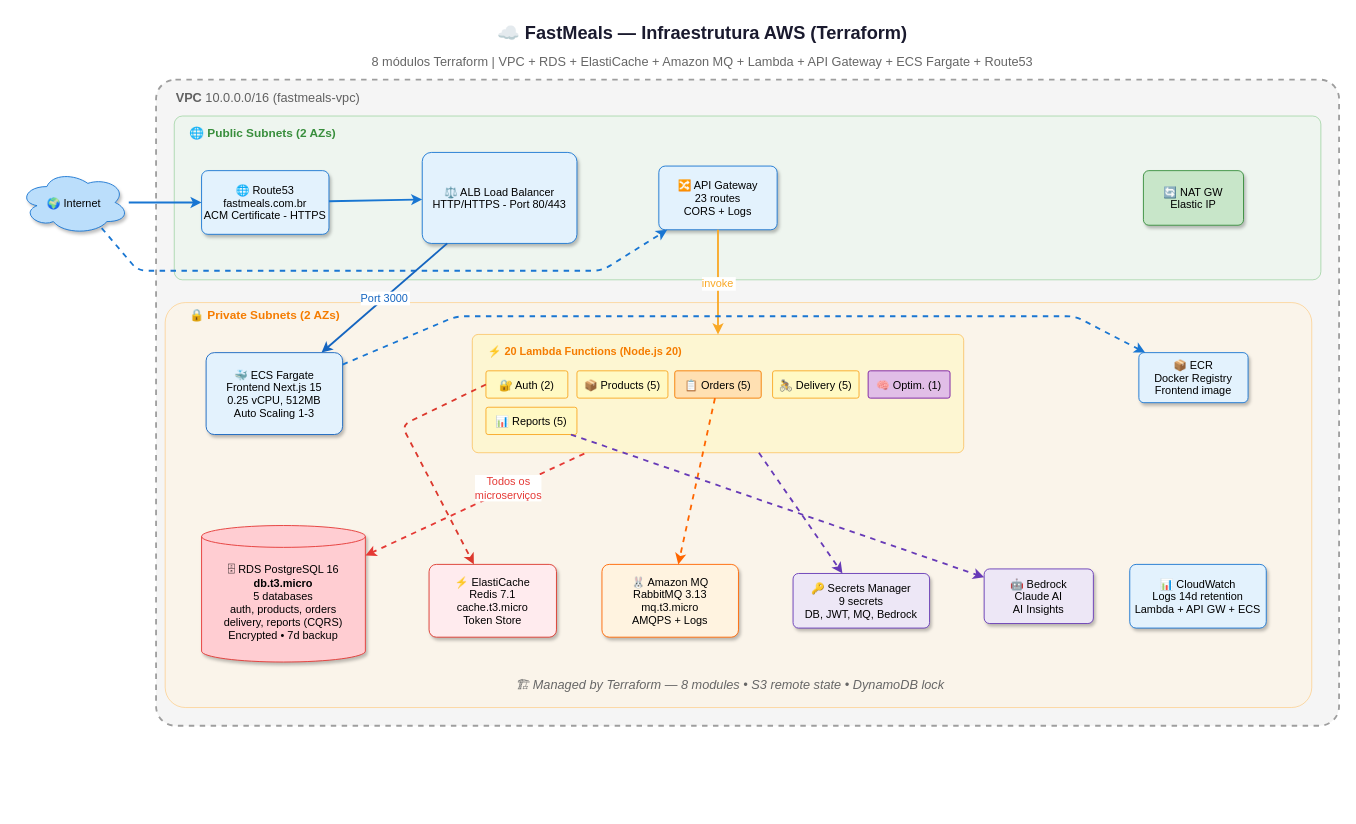
Earlier version of the draw.io diagram docs/diagrams/xml/06-aws-infrastructure.drawio (vynnydev/fastmeals). Source tidied: cells renumbered, new cells numbered last; positions are measured from the earlier drawing's top-left corner, leaving out a move shared by most shapes. Both pictures are drawn from the tidied source at 91%, with x=0, y=0 at pixel (19, 15).
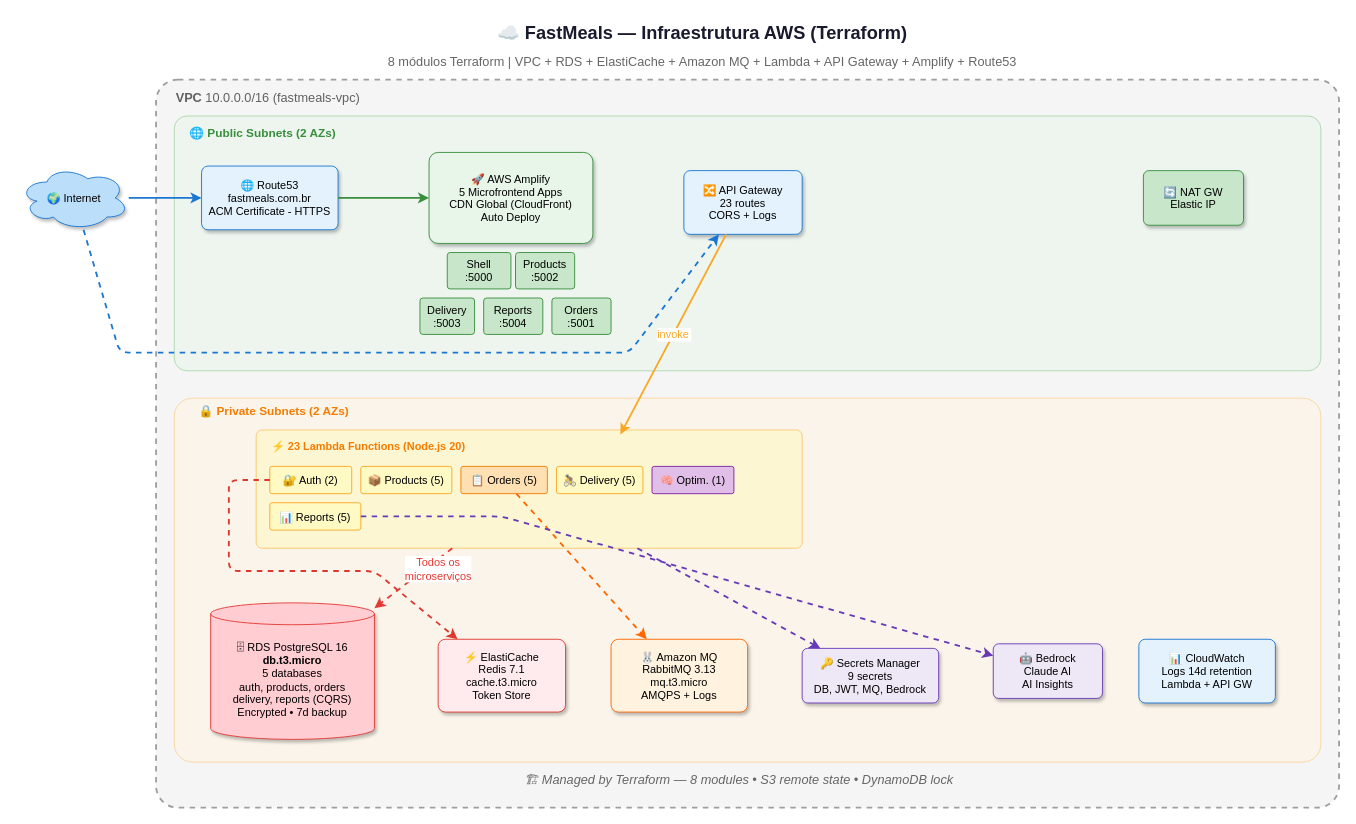
Above is the later version.

What changed in the source:
```diff
@@
-    <mxCell id="3" value="&lt;font style=&quot;font-size: 14px;&quot;&gt;8 módulos Terraform | VPC + RDS + ElastiCache + Amazon MQ + Lambda + API Gateway + ECS Fargate + Route53&lt;/font&gt;" style="text;html=1;fontSize=11;align=center;fillColor=none;strokeColor=none;fontColor=#666;" parent="1" vertex="1">
+    <mxCell id="3" value="&lt;font style=&quot;font-size: 14px;&quot;&gt;8 módulos Terraform | VPC + RDS + ElastiCache + Amazon MQ + Lambda + API Gateway + Amplify + Route53&lt;/font&gt;" style="text;html=1;fontSize=11;align=center;fillColor=none;strokeColor=none;fontColor=#666;" parent="1" vertex="1">
       <mxGeometry x="300" y="35" width="900" height="20" as="geometry" />
     </mxCell>
     <mxCell id="4" style="rounded=1;fillColor=#F5F5F5;strokeColor=#9E9E9E;shadow=0;arcSize=3;strokeWidth=2;dashed=1;" parent="1" vertex="1">
-      <mxGeometry x="150" y="70" width="1300" height="710" as="geometry" />
+      <mxGeometry x="150" y="70" width="1300" height="800" as="geometry" />
     </mxCell>
@@
     <mxCell id="6" style="rounded=1;fillColor=#E8F5E9;strokeColor=#66BB6A;shadow=0;arcSize=5;opacity=50;" parent="1" vertex="1">
-      <mxGeometry x="170" y="110" width="1260" height="180" as="geometry" />
+      <mxGeometry x="170" y="110" width="1260" height="280" as="geometry" />
     </mxCell>
@@
     <mxCell id="8" value="🌍 Internet" style="shape=cloud;fillColor=#BBDEFB;strokeColor=#1976D2;fontSize=12;shadow=1;" parent="1" vertex="1">
-      <mxGeometry y="170" width="120" height="70" as="geometry" />
+      <mxGeometry y="165" width="120" height="70" as="geometry" />
     </mxCell>
     <mxCell id="9" value="🌐 Route53&#10;fastmeals.com.br&#10;ACM Certificate - HTTPS" style="rounded=1;fillColor=#E3F2FD;strokeColor=#1976D2;fontSize=12;shadow=1;arcSize=10;" parent="1" vertex="1">
-      <mxGeometry x="200" y="170" width="140" height="70" as="geometry" />
+      <mxGeometry x="200" y="165" width="150" height="70" as="geometry" />
     </mxCell>
@@
-    <mxCell id="11" value="⚖️ ALB Load Balancer&#10;HTTP/HTTPS - Port 80/443" style="rounded=1;fillColor=#E3F2FD;strokeColor=#1976D2;fontSize=12;shadow=1;arcSize=10;" parent="1" vertex="1">
-      <mxGeometry x="442.5" y="150" width="170" height="100" as="geometry" />
-    </mxCell>
-    <mxCell id="12" style="strokeColor=#1976D2;strokeWidth=2;" parent="1" edge="1" source="9" target="11">
-      <mxGeometry relative="1" as="geometry" />
-    </mxCell>
+    <mxCell id="44" value="🚀 AWS Amplify&#10;5 Microfrontend Apps&#10;CDN Global (CloudFront)&#10;Auto Deploy" style="rounded=1;fillColor=#E8F5E9;strokeColor=#388E3C;fontSize=12;shadow=1;arcSize=10;" parent="1" vertex="1">
+      <mxGeometry x="450" y="150" width="180" height="100" as="geometry" />
+    </mxCell>
+    <mxCell id="45" style="strokeColor=#388E3C;strokeWidth=2;" parent="1" edge="1" source="9" target="44">
+      <mxGeometry relative="1" as="geometry" />
+    </mxCell>
+    <mxCell id="46" value="Shell&#10;:5000" style="rounded=1;fillColor=#C8E6C9;strokeColor=#388E3C;fontSize=12;shadow=0;arcSize=8;" parent="1" vertex="1">
+      <mxGeometry x="470" y="260" width="70" height="40" as="geometry" />
+    </mxCell>
+    <mxCell id="47" value="Orders&#10;:5001" style="rounded=1;fillColor=#C8E6C9;strokeColor=#388E3C;fontSize=12;shadow=0;arcSize=8;" parent="1" vertex="1">
+      <mxGeometry x="585" y="310" width="65" height="40" as="geometry" />
+    </mxCell>
+    <mxCell id="48" value="Products&#10;:5002" style="rounded=1;fillColor=#C8E6C9;strokeColor=#388E3C;fontSize=12;shadow=0;arcSize=8;" parent="1" vertex="1">
+      <mxGeometry x="545" y="260" width="65" height="40" as="geometry" />
+    </mxCell>
+    <mxCell id="49" value="Delivery&#10;:5003" style="rounded=1;fillColor=#C8E6C9;strokeColor=#388E3C;fontSize=12;shadow=0;arcSize=8;" parent="1" vertex="1">
+      <mxGeometry x="440" y="310" width="60" height="40" as="geometry" />
+    </mxCell>
+    <mxCell id="50" value="Reports&#10;:5004" style="rounded=1;fillColor=#C8E6C9;strokeColor=#388E3C;fontSize=12;shadow=0;arcSize=8;" parent="1" vertex="1">
+      <mxGeometry x="510" y="310" width="65" height="40" as="geometry" />
+    </mxCell>
     <mxCell id="13" value="🔀 API Gateway&#10;23 routes&#10;CORS + Logs" style="rounded=1;fillColor=#E3F2FD;strokeColor=#1976D2;fontSize=12;shadow=1;arcSize=10;" parent="1" vertex="1">
-      <mxGeometry x="702.5" y="165" width="130" height="70" as="geometry" />
+      <mxGeometry x="730" y="170" width="130" height="70" as="geometry" />
     </mxCell>
-    <mxCell id="14" style="strokeColor=#1976D2;strokeWidth=2;dashed=1;exitX=0.752;exitY=0.902;exitDx=0;exitDy=0;exitPerimeter=0;" parent="1" edge="1" source="8" target="13">
+    <mxCell id="14" style="strokeColor=#1976D2;strokeWidth=2;dashed=1;" parent="1" edge="1" source="8" target="13">
       <mxGeometry relative="1" as="geometry">
         <Array as="points">
-          <mxPoint x="130" y="280" />
-          <mxPoint x="640" y="280" />
+          <mxPoint x="110" y="370" />
+          <mxPoint x="380" y="370" />
+          <mxPoint x="670" y="370" />
         </Array>
       </mxGeometry>
     </mxCell>
@@
     <mxCell id="16" style="rounded=1;fillColor=#FFF3E0;strokeColor=#FFB74D;shadow=0;arcSize=5;opacity=50;" parent="1" vertex="1">
-      <mxGeometry x="160" y="315" width="1260" height="445" as="geometry" />
+      <mxGeometry x="170" y="420" width="1260" height="400" as="geometry" />
     </mxCell>
     <mxCell id="17" value="🔒 Private Subnets (2 AZs)" style="text;html=1;fontSize=13;fontStyle=1;fillColor=none;strokeColor=none;fontColor=#F57C00;" parent="1" vertex="1">
-      <mxGeometry x="185" y="315" width="250" height="20" as="geometry" />
+      <mxGeometry x="195" y="420" width="250" height="20" as="geometry" />
     </mxCell>
-    <mxCell id="18" value="🐳 ECS Fargate&#10;Frontend Next.js 15&#10;0.25 vCPU, 512MB&#10;Auto Scaling 1-3" style="rounded=1;fillColor=#E3F2FD;strokeColor=#1565C0;fontSize=12;shadow=1;arcSize=10;" parent="1" vertex="1">
-      <mxGeometry x="205" y="370" width="150" height="90" as="geometry" />
-    </mxCell>
-    <mxCell id="19" value="Port 3000" style="strokeColor=#1565C0;strokeWidth=2;fontSize=12;fontColor=#1565C0;" parent="1" edge="1" source="11" target="18">
-      <mxGeometry relative="1" as="geometry" />
-    </mxCell>
     <mxCell id="20" style="rounded=1;fillColor=#FFF9C4;strokeColor=#F9A825;shadow=0;arcSize=5;opacity=60;" parent="1" vertex="1">
-      <mxGeometry x="497.5" y="350" width="540" height="130" as="geometry" />
+      <mxGeometry x="260" y="455" width="600" height="130" as="geometry" />
     </mxCell>
-    <mxCell id="21" value="⚡ 20 Lambda Functions (Node.js 20)" style="text;html=1;fontSize=12;fontStyle=1;fillColor=none;strokeColor=none;fontColor=#F57C00;" parent="1" vertex="1">
-      <mxGeometry x="512.5" y="355" width="300" height="20" as="geometry" />
+    <mxCell id="21" value="⚡ 23 Lambda Functions (Node.js 20)" style="text;html=1;fontSize=12;fontStyle=1;fillColor=none;strokeColor=none;fontColor=#F57C00;" parent="1" vertex="1">
+      <mxGeometry x="275" y="460" width="300" height="20" as="geometry" />
     </mxCell>
     <mxCell id="22" value="🔐 Auth (2)" style="rounded=1;fillColor=#FFF9C4;strokeColor=#F9A825;fontSize=12;shadow=0;arcSize=8;" parent="1" vertex="1">
-      <mxGeometry x="512.5" y="390" width="90" height="30" as="geometry" />
+      <mxGeometry x="275" y="495" width="90" height="30" as="geometry" />
     </mxCell>
     <mxCell id="23" value="📦 Products (5)" style="rounded=1;fillColor=#FFF9C4;strokeColor=#F9A825;fontSize=12;shadow=0;arcSize=8;" parent="1" vertex="1">
-      <mxGeometry x="612.5" y="390" width="100" height="30" as="geometry" />
+      <mxGeometry x="375" y="495" width="100" height="30" as="geometry" />
     </mxCell>
     <mxCell id="24" value="📋 Orders (5)" style="rounded=1;fillColor=#FFE0B2;strokeColor=#F57C00;fontSize=12;shadow=0;arcSize=8;" parent="1" vertex="1">
-      <mxGeometry x="720" y="390" width="95" height="30" as="geometry" />
+      <mxGeometry x="485" y="495" width="95" height="30" as="geometry" />
     </mxCell>
     <mxCell id="25" value="🚴 Delivery (5)" style="rounded=1;fillColor=#FFF9C4;strokeColor=#F9A825;fontSize=12;shadow=0;arcSize=8;" parent="1" vertex="1">
-      <mxGeometry x="827.5" y="390" width="95" height="30" as="geometry" />
+      <mxGeometry x="590" y="495" width="95" height="30" as="geometry" />
     </mxCell>
     <mxCell id="26" value="🧠 Optim. (1)" style="rounded=1;fillColor=#E1BEE7;strokeColor=#7B1FA2;fontSize=12;shadow=0;arcSize=8;" parent="1" vertex="1">
-      <mxGeometry x="932.5" y="390" width="90" height="30" as="geometry" />
+      <mxGeometry x="695" y="495" width="90" height="30" as="geometry" />
     </mxCell>
     <mxCell id="27" value="📊 Reports (5)" style="rounded=1;fillColor=#FFF9C4;strokeColor=#F9A825;fontSize=12;shadow=0;arcSize=8;" parent="1" vertex="1">
-      <mxGeometry x="512.5" y="430" width="100" height="30" as="geometry" />
+      <mxGeometry x="275" y="535" width="100" height="30" as="geometry" />
     </mxCell>
-    <mxCell id="28" value="invoke" style="strokeColor=#F9A825;strokeWidth=2;fontSize=12;fontColor=#F9A825;" parent="1" edge="1" source="13" target="20">
+    <mxCell id="28" value="invoke" style="strokeColor=#F9A825;strokeWidth=2;fontSize=12;fontColor=#F9A825;entryX=0.667;entryY=0.038;entryDx=0;entryDy=0;entryPerimeter=0;" parent="1" edge="1" source="13" target="20">
       <mxGeometry relative="1" as="geometry" />
     </mxCell>
-    <mxCell id="29" value="&lt;font style=&quot;font-size: 12px;&quot;&gt;🗄 RDS PostgreSQL 16&lt;br&gt;&lt;b&gt;db.t3.micro&lt;/b&gt;&lt;br&gt;&lt;font style=&quot;&quot;&gt;5 databases&lt;br&gt;auth, products, orders&lt;br&gt;delivery, reports (CQRS)&lt;br&gt;Encrypted • 7d backup&lt;/font&gt;&lt;/font&gt;" style="shape=cylinder3;whiteSpace=wrap;html=1;boundedLbl=1;backgroundOutline=1;size=12;fillColor=#FFCDD2;strokeColor=#E53935;fontSize=11;shadow=1;" parent="1" vertex="1">
-      <mxGeometry x="200" y="560" width="180" height="150" as="geometry" />
+    <mxCell id="29" value="&lt;font style=&quot;font-size: 12px;&quot;&gt;🗄 RDS PostgreSQL 16&lt;br&gt;&lt;b&gt;db.t3.micro&lt;/b&gt;&lt;br&gt;5 databases&lt;br&gt;auth, products, orders&lt;br&gt;delivery, reports (CQRS)&lt;br&gt;Encrypted • 7d backup&lt;/font&gt;" style="shape=cylinder3;whiteSpace=wrap;html=1;boundedLbl=1;backgroundOutline=1;size=12;fillColor=#FFCDD2;strokeColor=#E53935;fontSize=11;shadow=1;" parent="1" vertex="1">
+      <mxGeometry x="210" y="645" width="180" height="150" as="geometry" />
     </mxCell>
     <mxCell id="30" value="⚡ ElastiCache&#10;Redis 7.1&#10;cache.t3.micro&#10;Token Store" style="rounded=1;fillColor=#FFEBEE;strokeColor=#DC382D;fontSize=12;shadow=1;arcSize=10;" parent="1" vertex="1">
-      <mxGeometry x="450" y="602.7" width="140" height="80" as="geometry" />
+      <mxGeometry x="460" y="685" width="140" height="80" as="geometry" />
     </mxCell>
     <mxCell id="31" value="🐰 Amazon MQ&#10;RabbitMQ 3.13&#10;mq.t3.micro&#10;AMQPS + Logs" style="rounded=1;fillColor=#FFF3E0;strokeColor=#FF6600;fontSize=12;shadow=1;arcSize=10;" parent="1" vertex="1">
-      <mxGeometry x="640" y="602.7" width="150" height="80" as="geometry" />
+      <mxGeometry x="650" y="685" width="150" height="80" as="geometry" />
     </mxCell>
     <mxCell id="32" value="🔑 Secrets Manager&#10;9 secrets&#10;DB, JWT, MQ, Bedrock" style="rounded=1;fillColor=#EDE7F6;strokeColor=#673AB7;fontSize=12;shadow=1;arcSize=10;" parent="1" vertex="1">
-      <mxGeometry x="850" y="612.7" width="150" height="60" as="geometry" />
+      <mxGeometry x="860" y="695" width="150" height="60" as="geometry" />
     </mxCell>
     <mxCell id="33" value="🤖 Bedrock&#10;Claude AI&#10;AI Insights" style="rounded=1;fillColor=#EDE7F6;strokeColor=#673AB7;fontSize=12;shadow=1;arcSize=10;" parent="1" vertex="1">
-      <mxGeometry x="1060" y="607.7" width="120" height="60" as="geometry" />
+      <mxGeometry x="1070" y="690" width="120" height="60" as="geometry" />
     </mxCell>
-    <mxCell id="34" value="📊 CloudWatch&#10;Logs 14d retention&#10;Lambda + API GW + ECS" style="rounded=1;fillColor=#E3F2FD;strokeColor=#1976D2;fontSize=12;shadow=1;arcSize=10;" parent="1" vertex="1">
-      <mxGeometry x="1220" y="602.7" width="150" height="70" as="geometry" />
+    <mxCell id="34" value="📊 CloudWatch&#10;Logs 14d retention&#10;Lambda + API GW" style="rounded=1;fillColor=#E3F2FD;strokeColor=#1976D2;fontSize=12;shadow=1;arcSize=10;" parent="1" vertex="1">
+      <mxGeometry x="1230" y="685" width="150" height="70" as="geometry" />
     </mxCell>
-    <mxCell id="35" value="📦 ECR&#10;Docker Registry&#10;Frontend image" style="rounded=1;fillColor=#E3F2FD;strokeColor=#1976D2;fontSize=12;shadow=1;arcSize=10;" parent="1" vertex="1">
-      <mxGeometry x="1230" y="370" width="120" height="55" as="geometry" />
-    </mxCell>
-    <mxCell id="36" style="strokeColor=#E53935;strokeWidth=2;dashed=1;exitX=0.228;exitY=1.007;exitDx=0;exitDy=0;exitPerimeter=0;" parent="1" edge="1" source="20" target="29">
+    <mxCell id="36" style="strokeColor=#E53935;strokeWidth=2;dashed=1;" parent="1" edge="1" source="20" target="29">
       <mxGeometry relative="1" as="geometry" />
     </mxCell>
     <mxCell id="37" value="&lt;font style=&quot;color: rgb(229, 57, 53); font-size: 12px;&quot;&gt;Todos os &lt;br&gt;microserviços&lt;/font&gt;" style="edgeLabel;html=1;align=center;verticalAlign=middle;" parent="36" vertex="1">
-      <mxGeometry x="-0.31" y="-1" relative="1" as="geometry" />
+      <mxGeometry x="-0.3" y="-1" relative="1" as="geometry">
+        <mxPoint x="15" as="offset" />
+      </mxGeometry>
     </mxCell>
-    <mxCell id="38" style="strokeColor=#DC382D;strokeWidth=2;dashed=1;exitX=0;exitY=0.5;exitDx=0;exitDy=0;" parent="1" edge="1" source="22" target="30">
+    <mxCell id="38" style="strokeColor=#DC382D;strokeWidth=2;dashed=1;" parent="1" edge="1" source="22" target="30">
       <mxGeometry relative="1" as="geometry">
         <Array as="points">
-          <mxPoint x="420" y="450" />
+          <mxPoint x="230" y="510" />
+          <mxPoint x="230" y="610" />
+          <mxPoint x="390" y="610" />
         </Array>
       </mxGeometry>
     </mxCell>
@@
     <mxCell id="41" style="strokeColor=#673AB7;strokeWidth=2;dashed=1;" parent="1" edge="1" source="27" target="33">
-      <mxGeometry relative="1" as="geometry" />
+      <mxGeometry relative="1" as="geometry">
+        <Array as="points">
+          <mxPoint x="530" y="550" />
+        </Array>
+      </mxGeometry>
     </mxCell>
-    <mxCell id="42" style="strokeColor=#1976D2;strokeWidth=2;dashed=1;" parent="1" edge="1" source="18" target="35">
-      <mxGeometry relative="1" as="geometry">
-        <Array as="points">
-          <mxPoint x="480" y="330" />
-          <mxPoint x="1160" y="330" />
-        </Array>
-      </mxGeometry>
-    </mxCell>
     <mxCell id="43" value="&lt;font style=&quot;font-size: 14px;&quot;&gt;🏗 Managed by Terraform — 8 modules • S3 remote state • DynamoDB lock&lt;/font&gt;" style="text;html=1;fontSize=11;align=center;fillColor=none;strokeColor=none;fontColor=#666;fontStyle=2;" parent="1" vertex="1">
-      <mxGeometry x="430" y="720" width="700" height="20" as="geometry" />
+      <mxGeometry x="440" y="825" width="700" height="20" as="geometry" />
     </mxCell>
```
